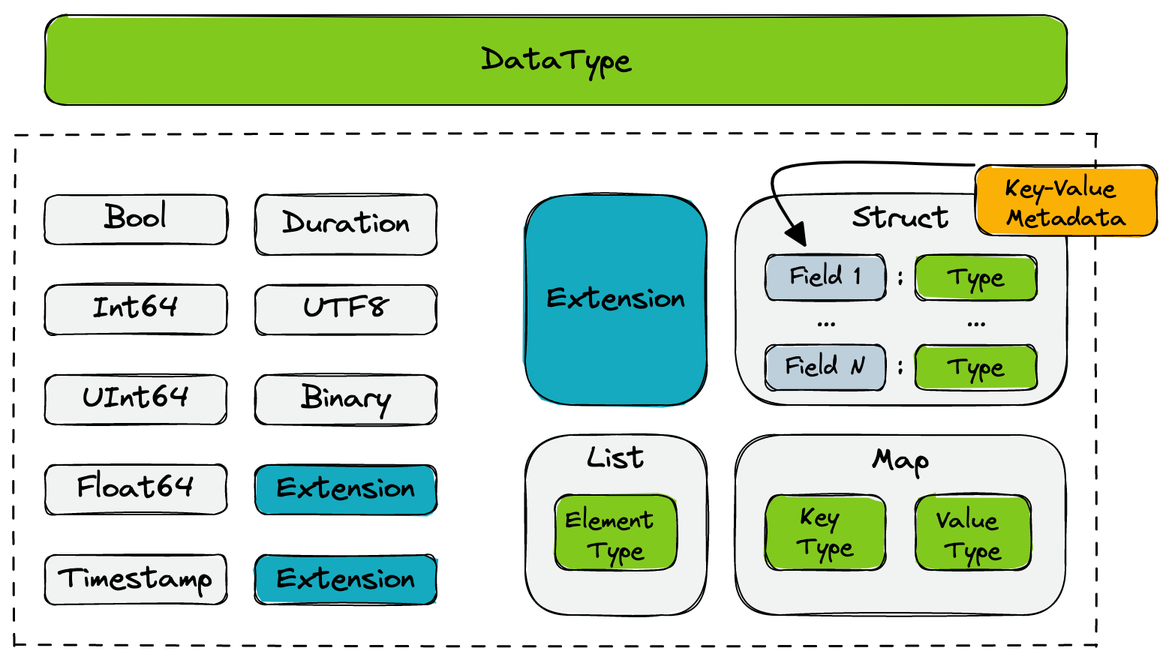
tenzir/tenzir keeps this Excalidraw diagram as web/static/img/type-system-arrow.light.png. Above is the earlier version. Source tidied: one line per element, renumbered; positions are measured from the earlier drawing's top-left corner, leaving out a move shared by most shapes.
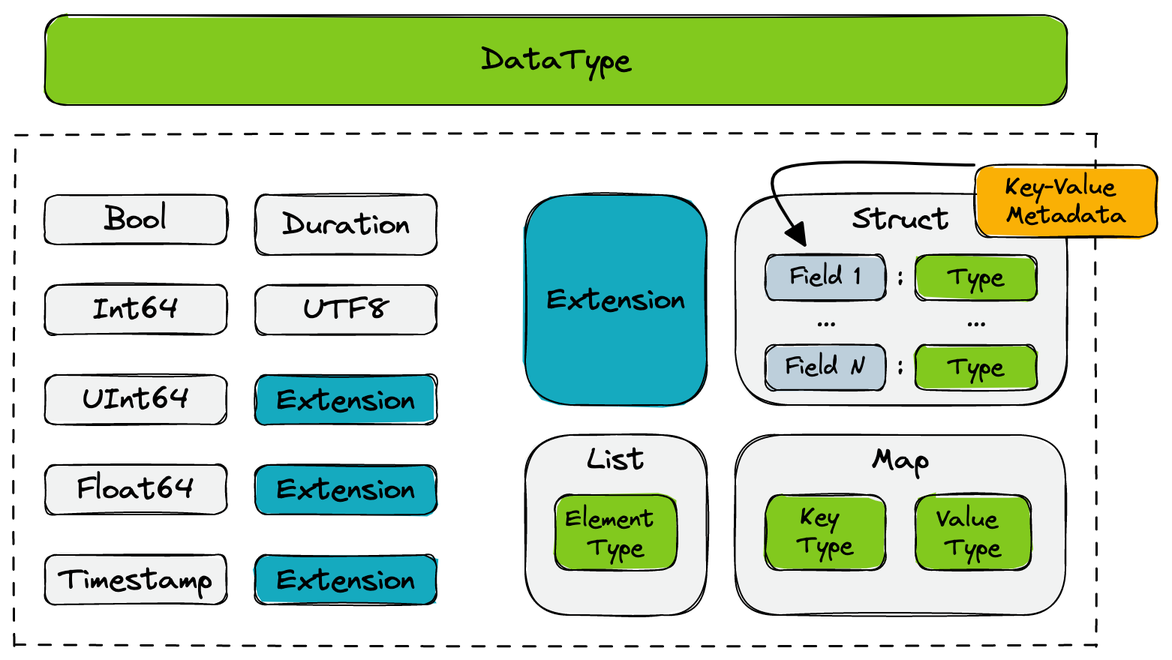
After the change.

Commit message:
Update documentation with new type names

Change to the diagram source:
```diff
@@ -1,36 +1,34 @@
-{"id": 0, "type": "rectangle", "strokeColor": "#000000", "backgroundColor": "#82c91e", "fillStyle": "solid", "strokeWidth": 1, "roughness": 1, "x": 20, "y": 0, "width": 681, "height": 60}
+{"id": 0, "type": "rectangle", "strokeColor": "#000000", "backgroundColor": "#82c91e", "fillStyle": "solid", "strokeWidth": 1, "roughness": 1, "round": true, "x": 20, "y": 0, "width": 681, "height": 60}
-{"id": 1, "type": "text", "text": "DataType", "strokeColor": "#000000", "strokeWidth": 1, "roughness": 1, "fontSize": 20, "fontFamily": 1, "textAlign": "center", "verticalAlign": "middle", "inside": 0, "x": 25, "y": 18, "width": 671, "height": 23}
+{"id": 1, "type": "text", "text": "DataType", "strokeColor": "#000000", "strokeWidth": 1, "roughness": 1, "fontSize": 20, "fontFamily": 1, "textAlign": "center", "verticalAlign": "middle", "round": true, "inside": 0, "x": 310, "y": 18, "width": 101, "height": 23}
 {"id": 2, "type": "rectangle", "strokeColor": "#000000", "strokeWidth": 1, "strokeStyle": "dashed", "roughness": 1, "x": 0, "y": 80, "width": 721, "height": 340}
-{"id": 3, "type": "rectangle", "strokeColor": "#000000", "backgroundColor": "#f1f2f2", "fillStyle": "solid", "strokeWidth": 1, "roughness": 1, "x": 20, "y": 120, "width": 121, "height": 33}
+{"id": 3, "type": "rectangle", "strokeColor": "#000000", "backgroundColor": "#f1f2f2", "fillStyle": "solid", "strokeWidth": 1, "roughness": 1, "round": true, "x": 20, "y": 120, "width": 121, "height": 33}
-{"id": 4, "type": "text", "text": "Bool", "strokeColor": "#000000", "strokeWidth": 1, "roughness": 1, "fontSize": 20, "fontFamily": 1, "textAlign": "center", "verticalAlign": "middle", "inside": 3, "x": 25, "y": 125, "width": 111, "height": 23}
+{"id": 4, "type": "text", "text": "Bool", "strokeColor": "#000000", "strokeWidth": 1, "roughness": 1, "fontSize": 20, "fontFamily": 1, "textAlign": "center", "verticalAlign": "middle", "round": true, "inside": 3, "x": 59, "y": 125, "width": 43, "height": 23}
-{"id": 5, "type": "rectangle", "strokeColor": "#000000", "backgroundColor": "#f1f2f2", "fillStyle": "solid", "strokeWidth": 1, "roughness": 1, "x": 20, "y": 180, "width": 121, "height": 33}
+{"id": 5, "type": "rectangle", "strokeColor": "#000000", "backgroundColor": "#f1f2f2", "fillStyle": "solid", "strokeWidth": 1, "roughness": 1, "round": true, "x": 20, "y": 180, "width": 121, "height": 33}
-{"id": 6, "type": "text", "text": "Int64", "strokeColor": "#000000", "strokeWidth": 1, "roughness": 1, "fontSize": 20, "fontFamily": 1, "textAlign": "center", "verticalAlign": "middle", "inside": 5, "x": 25, "y": 185, "width": 111, "height": 23}
+{"id": 6, "type": "text", "text": "Int64", "strokeColor": "#000000", "strokeWidth": 1, "roughness": 1, "fontSize": 20, "fontFamily": 1, "textAlign": "center", "verticalAlign": "middle", "round": true, "inside": 5, "x": 52, "y": 185, "width": 58, "height": 23}
-{"id": 7, "type": "rectangle", "strokeColor": "#000000", "backgroundColor": "#f1f2f2", "fillStyle": "solid", "strokeWidth": 1, "roughness": 1, "x": 20, "y": 240, "width": 121, "height": 33}
+{"id": 7, "type": "rectangle", "strokeColor": "#000000", "backgroundColor": "#f1f2f2", "fillStyle": "solid", "strokeWidth": 1, "roughness": 1, "round": true, "x": 20, "y": 240, "width": 121, "height": 33}
-{"id": 8, "type": "text", "text": "UInt64", "strokeColor": "#000000", "strokeWidth": 1, "roughness": 1, "fontSize": 20, "fontFamily": 1, "textAlign": "center", "verticalAlign": "middle", "inside": 7, "x": 25, "y": 245, "width": 111, "height": 23}
+{"id": 8, "type": "text", "text": "UInt64", "strokeColor": "#000000", "strokeWidth": 1, "roughness": 1, "fontSize": 20, "fontFamily": 1, "textAlign": "center", "verticalAlign": "middle", "round": true, "inside": 7, "x": 44, "y": 245, "width": 72, "height": 23}
-{"id": 9, "type": "rectangle", "strokeColor": "#000000", "backgroundColor": "#f1f2f2", "fillStyle": "solid", "strokeWidth": 1, "roughness": 1, "x": 160, "y": 180, "width": 121, "height": 33}
+{"id": 9, "type": "rectangle", "strokeColor": "#000000", "backgroundColor": "#f1f2f2", "fillStyle": "solid", "strokeWidth": 1, "roughness": 1, "round": true, "x": 160, "y": 180, "width": 121, "height": 33}
-{"id": 10, "type": "text", "text": "UTF8", "strokeColor": "#000000", "strokeWidth": 1, "roughness": 1, "fontSize": 20, "fontFamily": 1, "textAlign": "center", "verticalAlign": "middle", "inside": 9, "x": 165, "y": 185, "width": 111, "height": 23}
+{"id": 10, "type": "text", "text": "UTF8", "strokeColor": "#000000", "strokeWidth": 1, "roughness": 1, "fontSize": 20, "fontFamily": 1, "textAlign": "center", "verticalAlign": "middle", "round": true, "inside": 9, "x": 192, "y": 185, "width": 58, "height": 23}
-{"id": 11, "type": "rectangle", "strokeColor": "#000000", "backgroundColor": "#f1f2f2", "fillStyle": "solid", "strokeWidth": 1, "roughness": 1, "x": 160, "y": 240, "width": 121, "height": 33}
-{"id": 12, "type": "text", "text": "Binary", "strokeColor": "#000000", "strokeWidth": 1, "roughness": 1, "fontSize": 20, "fontFamily": 1, "textAlign": "center", "verticalAlign": "middle", "inside": 11, "x": 165, "y": 245, "width": 111, "height": 23}
-{"id": 13, "type": "rectangle", "strokeColor": "#000000", "backgroundColor": "#15aabf", "fillStyle": "solid", "strokeWidth": 1, "roughness": 1, "x": 160, "y": 300, "width": 121, "height": 33}
+{"id": 13, "type": "rectangle", "strokeColor": "#000000", "backgroundColor": "#15aabf", "fillStyle": "solid", "strokeWidth": 1, "roughness": 1, "round": true, "x": 160, "y": 300, "width": 121, "height": 33}
-{"id": 14, "type": "text", "text": "Extension", "strokeColor": "#000000", "strokeWidth": 1, "roughness": 1, "fontSize": 20, "fontFamily": 1, "textAlign": "center", "verticalAlign": "middle", "inside": 13, "x": 165, "y": 305, "width": 111, "height": 23}
+{"id": 14, "type": "text", "text": "Extension", "strokeColor": "#000000", "strokeWidth": 1, "roughness": 1, "fontSize": 20, "fontFamily": 1, "textAlign": "center", "verticalAlign": "middle", "round": true, "inside": 13, "x": 174, "y": 305, "width": 93, "height": 23}
-{"id": 15, "type": "rectangle", "strokeColor": "#000000", "backgroundColor": "#15aabf", "fillStyle": "solid", "strokeWidth": 1, "roughness": 1, "x": 160, "y": 360, "width": 121, "height": 33}
+{"id": 15, "type": "rectangle", "strokeColor": "#000000", "backgroundColor": "#15aabf", "fillStyle": "solid", "strokeWidth": 1, "roughness": 1, "round": true, "x": 160, "y": 360, "width": 121, "height": 33}
-{"id": 16, "type": "text", "text": "Extension", "strokeColor": "#000000", "strokeWidth": 1, "roughness": 1, "fontSize": 20, "fontFamily": 1, "textAlign": "center", "verticalAlign": "middle", "inside": 15, "x": 165, "y": 366, "width": 111, "height": 23}
+{"id": 16, "type": "text", "text": "Extension", "strokeColor": "#000000", "strokeWidth": 1, "roughness": 1, "fontSize": 20, "fontFamily": 1, "textAlign": "center", "verticalAlign": "middle", "round": true, "inside": 15, "x": 174, "y": 366, "width": 93, "height": 23}
-{"id": 17, "type": "rectangle", "strokeColor": "#000000", "backgroundColor": "#f1f2f2", "fillStyle": "solid", "strokeWidth": 1, "roughness": 1, "x": 20, "y": 300, "width": 121, "height": 33}
+{"id": 17, "type": "rectangle", "strokeColor": "#000000", "backgroundColor": "#f1f2f2", "fillStyle": "solid", "strokeWidth": 1, "roughness": 1, "round": true, "x": 20, "y": 300, "width": 121, "height": 33}
-{"id": 18, "type": "text", "text": "Float64", "strokeColor": "#000000", "strokeWidth": 1, "roughness": 1, "fontSize": 20, "fontFamily": 1, "textAlign": "center", "verticalAlign": "middle", "inside": 17, "x": 25, "y": 305, "width": 111, "height": 23}
+{"id": 18, "type": "text", "text": "Float64", "strokeColor": "#000000", "strokeWidth": 1, "roughness": 1, "fontSize": 20, "fontFamily": 1, "textAlign": "center", "verticalAlign": "middle", "round": true, "inside": 17, "x": 41, "y": 305, "width": 79, "height": 23}
-{"id": 19, "type": "rectangle", "strokeColor": "#000000", "backgroundColor": "#f1f2f2", "fillStyle": "solid", "strokeWidth": 1, "roughness": 1, "x": 20, "y": 360, "width": 121, "height": 33}
+{"id": 19, "type": "rectangle", "strokeColor": "#000000", "backgroundColor": "#f1f2f2", "fillStyle": "solid", "strokeWidth": 1, "roughness": 1, "round": true, "x": 20, "y": 360, "width": 121, "height": 33}
-{"id": 20, "type": "text", "text": "Timestamp", "strokeColor": "#000000", "strokeWidth": 1, "roughness": 1, "fontSize": 20, "fontFamily": 1, "textAlign": "center", "verticalAlign": "middle", "inside": 19, "x": 25, "y": 365, "width": 111, "height": 23}
+{"id": 20, "type": "text", "text": "Timestamp", "strokeColor": "#000000", "strokeWidth": 1, "roughness": 1, "fontSize": 20, "fontFamily": 1, "textAlign": "center", "verticalAlign": "middle", "round": true, "inside": 19, "x": 29, "y": 365, "width": 103, "height": 23}
-{"id": 21, "type": "rectangle", "strokeColor": "#000000", "backgroundColor": "#f1f2f2", "fillStyle": "solid", "strokeWidth": 1, "roughness": 1, "x": 160, "y": 120, "width": 121, "height": 40}
+{"id": 21, "type": "rectangle", "strokeColor": "#000000", "backgroundColor": "#f1f2f2", "fillStyle": "solid", "strokeWidth": 1, "roughness": 1, "round": true, "x": 160, "y": 120, "width": 121, "height": 40}
-{"id": 22, "type": "text", "text": "Duration", "strokeColor": "#000000", "strokeWidth": 1, "roughness": 1, "fontSize": 20, "fontFamily": 1, "textAlign": "center", "verticalAlign": "middle", "inside": 21, "x": 165, "y": 128, "width": 111, "height": 23}
+{"id": 22, "type": "text", "text": "Duration", "strokeColor": "#000000", "strokeWidth": 1, "roughness": 1, "fontSize": 20, "fontFamily": 1, "textAlign": "center", "verticalAlign": "middle", "round": true, "inside": 21, "x": 178, "y": 128, "width": 86, "height": 23}
-{"id": 23, "type": "rectangle", "strokeColor": "#000000", "backgroundColor": "#f1f2f2", "fillStyle": "solid", "strokeWidth": 1, "roughness": 1, "x": 480, "y": 120, "width": 221, "height": 140}
+{"id": 23, "type": "rectangle", "strokeColor": "#000000", "backgroundColor": "#f1f2f2", "fillStyle": "solid", "strokeWidth": 1, "roughness": 1, "round": true, "x": 480, "y": 120, "width": 221, "height": 140}
-{"id": 24, "type": "text", "text": "Struct", "strokeColor": "#000000", "strokeWidth": 1, "roughness": 1, "fontSize": 20, "fontFamily": 1, "textAlign": "center", "inside": 23, "x": 485, "y": 125, "width": 211, "height": 23}
+{"id": 24, "type": "text", "text": "Struct", "strokeColor": "#000000", "strokeWidth": 1, "roughness": 1, "fontSize": 20, "fontFamily": 1, "textAlign": "center", "round": true, "inside": 23, "x": 558, "y": 125, "width": 66, "height": 23}
-{"id": 25, "type": "rectangle", "strokeColor": "#000000", "backgroundColor": "#bdcfdb", "fillStyle": "solid", "strokeWidth": 1, "roughness": 1, "x": 500, "y": 160, "width": 80, "height": 30}
+{"id": 25, "type": "rectangle", "strokeColor": "#000000", "backgroundColor": "#bdcfdb", "fillStyle": "solid", "strokeWidth": 1, "roughness": 1, "round": true, "x": 500, "y": 160, "width": 80, "height": 30}
-{"id": 26, "type": "text", "text": "Field 1", "strokeColor": "#000000", "strokeWidth": 1, "roughness": 1, "fontSize": 16, "fontFamily": 1, "textAlign": "center", "verticalAlign": "middle", "inside": 25, "x": 505, "y": 165, "width": 70, "height": 20}
+{"id": 26, "type": "text", "text": "Field 1", "strokeColor": "#000000", "strokeWidth": 1, "roughness": 1, "fontSize": 16, "fontFamily": 1, "textAlign": "center", "verticalAlign": "middle", "round": true, "inside": 25, "x": 516, "y": 165, "width": 48, "height": 19}
-{"id": 27, "type": "rectangle", "strokeColor": "#000000", "backgroundColor": "#bdcfdb", "fillStyle": "solid", "strokeWidth": 1, "roughness": 1, "x": 500, "y": 220, "width": 80, "height": 30}
+{"id": 27, "type": "rectangle", "strokeColor": "#000000", "backgroundColor": "#bdcfdb", "fillStyle": "solid", "strokeWidth": 1, "roughness": 1, "round": true, "x": 500, "y": 220, "width": 80, "height": 30}
-{"id": 28, "type": "text", "text": "Field N", "strokeColor": "#000000", "strokeWidth": 1, "roughness": 1, "fontSize": 16, "fontFamily": 1, "textAlign": "center", "verticalAlign": "middle", "inside": 27, "x": 505, "y": 225, "width": 70, "height": 20}
+{"id": 28, "type": "text", "text": "Field N", "strokeColor": "#000000", "strokeWidth": 1, "roughness": 1, "fontSize": 16, "fontFamily": 1, "textAlign": "center", "verticalAlign": "middle", "round": true, "inside": 27, "x": 513, "y": 225, "width": 54, "height": 19}
 {"id": 29, "type": "text", "text": "...", "strokeColor": "#000000", "backgroundColor": "#f1f2f2", "fillStyle": "solid", "strokeWidth": 1, "roughness": 1, "fontSize": 16, "fontFamily": 1, "x": 534, "y": 193, "width": 14, "height": 20}
 {"id": 30, "type": "text", "text": ":", "strokeColor": "#000000", "backgroundColor": "#bdcfdb", "fillStyle": "solid", "strokeWidth": 1, "roughness": 1, "fontSize": 20, "fontFamily": 1, "x": 587, "y": 162, "width": 6, "height": 25}
-{"id": 31, "type": "rectangle", "strokeColor": "#000000", "backgroundColor": "#82c91e", "fillStyle": "solid", "strokeWidth": 1, "roughness": 1, "x": 600, "y": 160, "width": 81, "height": 30}
+{"id": 31, "type": "rectangle", "strokeColor": "#000000", "backgroundColor": "#82c91e", "fillStyle": "solid", "strokeWidth": 1, "roughness": 1, "round": true, "x": 600, "y": 160, "width": 81, "height": 30}
-{"id": 32, "type": "text", "text": "Type", "strokeColor": "#000000", "strokeWidth": 1, "roughness": 1, "fontSize": 16, "fontFamily": 1, "textAlign": "center", "verticalAlign": "middle", "inside": 31, "x": 605, "y": 165, "width": 71, "height": 19}
+{"id": 32, "type": "text", "text": "Type", "strokeColor": "#000000", "strokeWidth": 1, "roughness": 1, "fontSize": 16, "fontFamily": 1, "textAlign": "center", "verticalAlign": "middle", "round": true, "inside": 31, "x": 622, "y": 165, "width": 38, "height": 19}
-{"id": 33, "type": "rectangle", "strokeColor": "#000000", "backgroundColor": "#82c91e", "fillStyle": "solid", "strokeWidth": 1, "roughness": 1, "x": 600, "y": 220, "width": 81, "height": 30}
+{"id": 33, "type": "rectangle", "strokeColor": "#000000", "backgroundColor": "#82c91e", "fillStyle": "solid", "strokeWidth": 1, "roughness": 1, "round": true, "x": 600, "y": 220, "width": 81, "height": 30}
-{"id": 34, "type": "text", "text": "Type", "strokeColor": "#000000", "strokeWidth": 1, "roughness": 1, "fontSize": 16, "fontFamily": 1, "textAlign": "center", "verticalAlign": "middle", "inside": 33, "x": 605, "y": 225, "width": 71, "height": 19}
+{"id": 34, "type": "text", "text": "Type", "strokeColor": "#000000", "strokeWidth": 1, "roughness": 1, "fontSize": 16, "fontFamily": 1, "textAlign": "center", "verticalAlign": "middle", "round": true, "inside": 33, "x": 622, "y": 225, "width": 38, "height": 19}
 {"id": 35, "type": "text", "text": "...", "strokeColor": "#000000", "backgroundColor": "#f1f2f2", "fillStyle": "solid", "strokeWidth": 1, "roughness": 1, "fontSize": 16, "fontFamily": 1, "x": 634, "y": 193, "width": 14, "height": 20}
@@ -38,16 +36,18 @@
 {"id": 37, "type": "text", "text": ":", "strokeColor": "#000000", "backgroundColor": "#bdcfdb", "fillStyle": "solid", "strokeWidth": 1, "roughness": 1, "fontSize": 20, "fontFamily": 1, "x": 551, "y": 352, "width": 6, "height": 25}
-{"id": 38, "type": "rectangle", "strokeColor": "#000000", "backgroundColor": "#f1f2f2", "fillStyle": "solid", "strokeWidth": 1, "roughness": 1, "x": 480, "y": 280, "width": 220, "height": 120}
+{"id": 38, "type": "rectangle", "strokeColor": "#000000", "backgroundColor": "#f1f2f2", "fillStyle": "solid", "strokeWidth": 1, "roughness": 1, "round": true, "x": 480, "y": 280, "width": 220, "height": 120}
-{"id": 39, "type": "text", "text": "Map", "strokeColor": "#000000", "strokeWidth": 1, "roughness": 1, "fontSize": 20, "fontFamily": 1, "textAlign": "center", "inside": 38, "x": 485, "y": 285, "width": 210, "height": 23}
+{"id": 39, "type": "text", "text": "Map", "strokeColor": "#000000", "strokeWidth": 1, "roughness": 1, "fontSize": 20, "fontFamily": 1, "textAlign": "center", "round": true, "inside": 38, "x": 570, "y": 285, "width": 40, "height": 23}
-{"id": 40, "type": "rectangle", "strokeColor": "#000000", "backgroundColor": "#82c91e", "fillStyle": "solid", "strokeWidth": 1, "roughness": 1, "x": 500, "y": 320, "width": 80, "height": 50}
+{"id": 40, "type": "rectangle", "strokeColor": "#000000", "backgroundColor": "#82c91e", "fillStyle": "solid", "strokeWidth": 1, "roughness": 1, "round": true, "x": 500, "y": 320, "width": 80, "height": 50}
-{"id": 41, "type": "text", "text": "Key \nType", "strokeColor": "#000000", "strokeWidth": 1, "roughness": 1, "fontSize": 16, "fontFamily": 1, "textAlign": "center", "verticalAlign": "middle", "inside": 40, "x": 505, "y": 325, "width": 70, "height": 40}
+{"id": 41, "type": "text", "text": "Key \nType", "strokeColor": "#000000", "strokeWidth": 1, "roughness": 1, "fontSize": 16, "fontFamily": 1, "textAlign": "center", "verticalAlign": "middle", "round": true, "inside": 40, "x": 521, "y": 325, "width": 38, "height": 38}
-{"id": 42, "type": "rectangle", "strokeColor": "#000000", "backgroundColor": "#82c91e", "fillStyle": "solid", "strokeWidth": 1, "roughness": 1, "x": 600, "y": 320, "width": 77, "height": 50}
+{"id": 42, "type": "rectangle", "strokeColor": "#000000", "backgroundColor": "#82c91e", "fillStyle": "solid", "strokeWidth": 1, "roughness": 1, "round": true, "x": 600, "y": 320, "width": 77, "height": 50}
-{"id": 43, "type": "text", "text": "Value \nType", "strokeColor": "#000000", "strokeWidth": 1, "roughness": 1, "fontSize": 16, "fontFamily": 1, "textAlign": "center", "verticalAlign": "middle", "inside": 42, "x": 605, "y": 326, "width": 67, "height": 37}
+{"id": 43, "type": "text", "text": "Value \nType", "strokeColor": "#000000", "strokeWidth": 1, "roughness": 1, "fontSize": 16, "fontFamily": 1, "textAlign": "center", "verticalAlign": "middle", "round": true, "inside": 42, "x": 614, "y": 326, "width": 50, "height": 38}
-{"id": 44, "type": "rectangle", "strokeColor": "#000000", "backgroundColor": "#f1f2f2", "fillStyle": "solid", "strokeWidth": 1, "roughness": 1, "x": 340, "y": 280, "width": 121, "height": 120}
+{"id": 44, "type": "rectangle", "strokeColor": "#000000", "backgroundColor": "#f1f2f2", "fillStyle": "solid", "strokeWidth": 1, "roughness": 1, "round": true, "x": 340, "y": 280, "width": 121, "height": 120}
-{"id": 45, "type": "text", "text": "List", "strokeColor": "#000000", "strokeWidth": 1, "roughness": 1, "fontSize": 20, "fontFamily": 1, "textAlign": "center", "inside": 44, "x": 345, "y": 285, "width": 111, "height": 23}
+{"id": 45, "type": "text", "text": "List", "strokeColor": "#000000", "strokeWidth": 1, "roughness": 1, "fontSize": 20, "fontFamily": 1, "textAlign": "center", "round": true, "inside": 44, "x": 380, "y": 285, "width": 40, "height": 23}
-{"id": 46, "type": "rectangle", "strokeColor": "#000000", "backgroundColor": "#82c91e", "fillStyle": "solid", "strokeWidth": 1, "roughness": 1, "x": 360, "y": 320, "width": 81, "height": 50}
+{"id": 46, "type": "rectangle", "strokeColor": "#000000", "backgroundColor": "#82c91e", "fillStyle": "solid", "strokeWidth": 1, "roughness": 1, "round": true, "x": 360, "y": 320, "width": 81, "height": 50}
-{"id": 47, "type": "text", "text": "Element \nType", "strokeColor": "#000000", "strokeWidth": 1, "roughness": 1, "fontSize": 16, "fontFamily": 1, "textAlign": "center", "verticalAlign": "middle", "inside": 46, "x": 365, "y": 326, "width": 71, "height": 37}
+{"id": 47, "type": "text", "text": "Element \nType", "strokeColor": "#000000", "strokeWidth": 1, "roughness": 1, "fontSize": 16, "fontFamily": 1, "textAlign": "center", "verticalAlign": "middle", "round": true, "inside": 46, "x": 366, "y": 326, "width": 68, "height": 38}
-{"id": 48, "type": "rectangle", "strokeColor": "#000000", "backgroundColor": "#15aabf", "fillStyle": "solid", "strokeWidth": 1, "roughness": 1, "x": 340, "y": 120, "width": 121, "height": 140}
+{"id": 48, "type": "rectangle", "strokeColor": "#000000", "backgroundColor": "#15aabf", "fillStyle": "solid", "strokeWidth": 1, "roughness": 1, "round": true, "x": 340, "y": 120, "width": 121, "height": 140}
-{"id": 49, "type": "text", "text": "Extension", "strokeColor": "#000000", "strokeWidth": 1, "roughness": 1, "fontSize": 20, "fontFamily": 1, "textAlign": "center", "verticalAlign": "middle", "inside": 48, "x": 345, "y": 178, "width": 111, "height": 23}
+{"id": 49, "type": "text", "text": "Extension", "strokeColor": "#000000", "strokeWidth": 1, "roughness": 1, "fontSize": 20, "fontFamily": 1, "textAlign": "center", "verticalAlign": "middle", "round": true, "inside": 48, "x": 354, "y": 178, "width": 93, "height": 23}
-{"id": 50, "type": "rectangle", "strokeColor": "#000000", "backgroundColor": "#fab005", "fillStyle": "solid", "strokeWidth": 1, "roughness": 1, "x": 640, "y": 100, "width": 121, "height": 47}
+{"id": 50, "type": "rectangle", "strokeColor": "#000000", "backgroundColor": "#fab005", "fillStyle": "solid", "strokeWidth": 1, "roughness": 1, "round": true, "x": 640, "y": 100, "width": 121, "height": 48}
-{"id": 51, "type": "text", "text": "Key-Value \nMetadata", "strokeColor": "#000000", "strokeWidth": 1, "roughness": 1, "fontSize": 16, "fontFamily": 1, "textAlign": "center", "verticalAlign": "middle", "inside": 50, "x": 645, "y": 105, "width": 111, "height": 37}
+{"id": 51, "type": "text", "text": "Key-Value \nMetadata", "strokeColor": "#000000", "strokeWidth": 1, "roughness": 1, "fontSize": 16, "fontFamily": 1, "textAlign": "center", "verticalAlign": "middle", "round": true, "inside": 50, "x": 659, "y": 105, "width": 83, "height": 38}
-{"id": 52, "type": "arrow", "strokeColor": "#000000", "backgroundColor": "#fab005", "fillStyle": "solid", "strokeWidth": 2, "roughness": 0, "endArrowhead": "triangle", "from": 50, "to": 25, "x": 639, "y": 100, "width": 129, "height": 53, "points": [[0, 0], [-129, 3], [-113, 53]]}
+{"id": 52, "type": "arrow", "strokeColor": "#000000", "backgroundColor": "#fab005", "fillStyle": "solid", "strokeWidth": 2, "roughness": 0, "endArrowhead": "triangle", "round": true, "from": 50, "to": 25, "x": 639, "y": 100, "width": 129, "height": 53, "points": [[0, 0], [-129, 3], [-113, 53]]}
+{"id": 53, "type": "rectangle", "strokeColor": "#000000", "backgroundColor": "#15aabf", "fillStyle": "solid", "strokeWidth": 1, "roughness": 1, "round": true, "x": 160, "y": 240, "width": 121, "height": 33}
+{"id": 54, "type": "text", "text": "Extension", "strokeColor": "#000000", "strokeWidth": 1, "roughness": 1, "fontSize": 20, "fontFamily": 1, "textAlign": "center", "verticalAlign": "middle", "round": true, "inside": 53, "x": 174, "y": 246, "width": 93, "height": 23}
```
